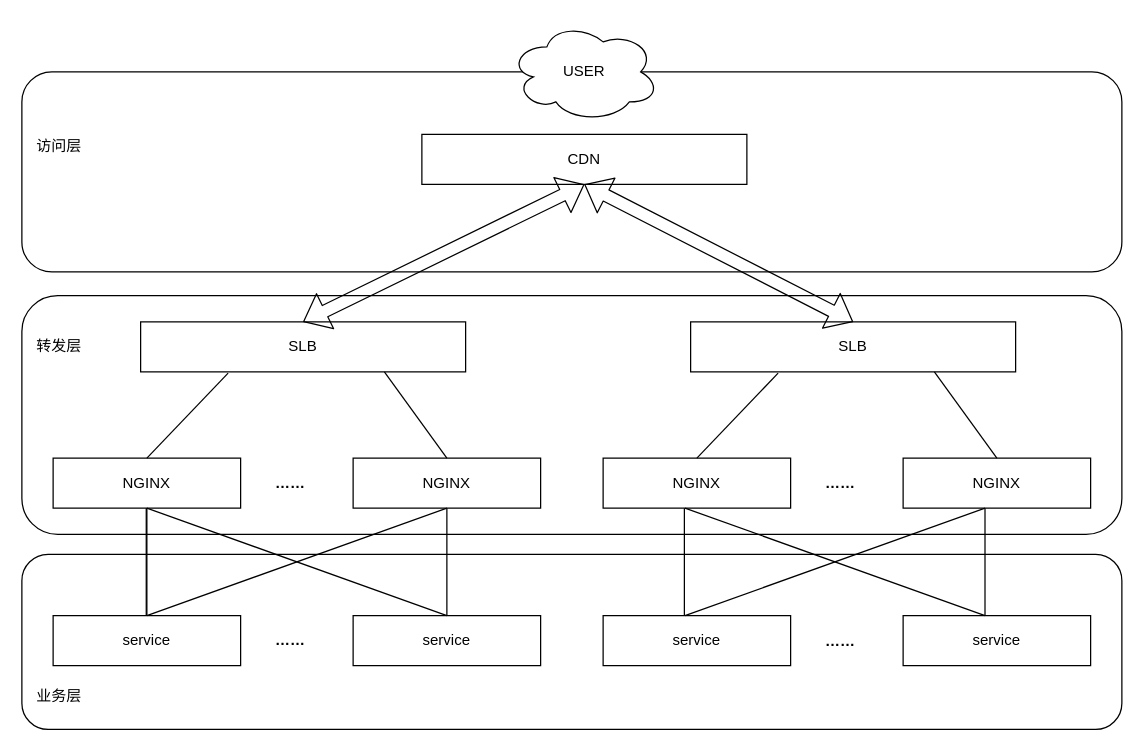
The draw.io diagram page "安全防护" (3 of 3) of Untitled Diagram.drawio in RalapZ/golearn, before the edit. Source tidied: cells renumbered, new cells numbered last; positions are measured from the earlier drawing's top-left corner, leaving out a move shared by most shapes. Both pictures are drawn from the tidied source at 125%, with x=0, y=0 at pixel (21, 21).
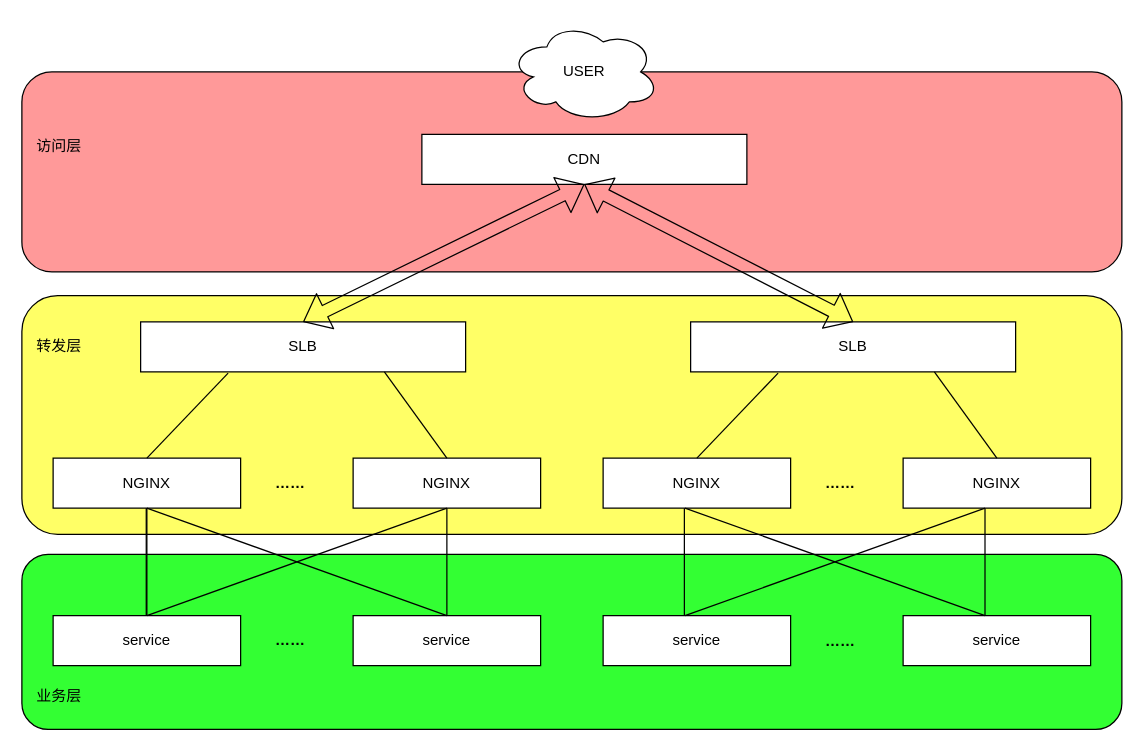
The same diagram, later.

The edit, as a diff of the source:
```diff
@@
-    <mxCell id="2" style="rounded=1;whiteSpace=wrap;html=1;" parent="1" vertex="1">
+    <mxCell id="2" style="rounded=1;whiteSpace=wrap;html=1;fillColor=#33FF33;" parent="1" vertex="1">
       <mxGeometry y="426" width="880" height="140" as="geometry" />
     </mxCell>
-    <mxCell id="3" style="rounded=1;whiteSpace=wrap;html=1;" parent="1" vertex="1">
+    <mxCell id="3" style="rounded=1;whiteSpace=wrap;html=1;fillColor=#FFFF66;" parent="1" vertex="1">
       <mxGeometry y="219" width="880" height="191" as="geometry" />
     </mxCell>
-    <mxCell id="4" style="rounded=1;whiteSpace=wrap;html=1;" parent="1" vertex="1">
+    <mxCell id="4" style="rounded=1;whiteSpace=wrap;html=1;fillColor=#FF9999;" parent="1" vertex="1">
       <mxGeometry y="40" width="880" height="160" as="geometry" />
     </mxCell>
```
